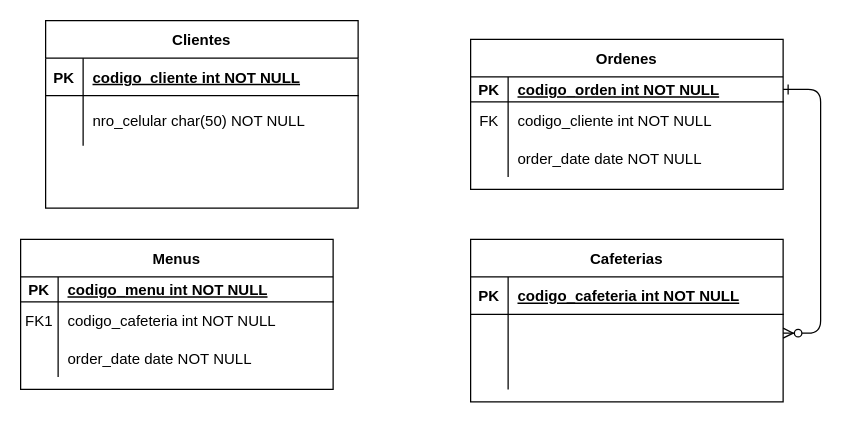
Jes-us/WAFoodOrders keeps this draw.io diagram as Untitled Diagram.drawio. Above is the earlier version. Source tidied: cells renumbered, new cells numbered last; positions are measured from the earlier drawing's top-left corner, leaving out a move shared by most shapes. Both pictures are drawn from the tidied source at 125%, with x=0, y=0 at pixel (20, 20).
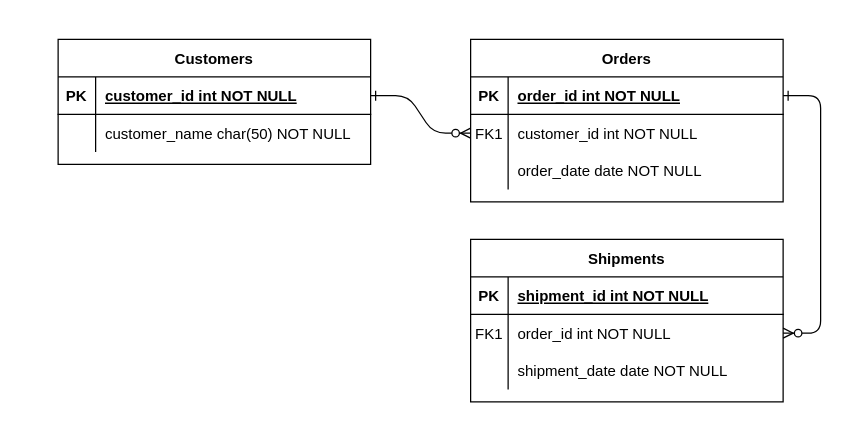
Above is the later version.

Commit message:
recreando diagrama

The change refers to these unchanged cells:
```xml
<mxCell id="14" style="shape=partialRectangle;fillColor=none;top=0;left=0;right=0;bottom=1;" parent="13" vertex="1">
  <mxGeometry y="30" width="250" height="30" as="geometry" />
</mxCell>
<mxCell id="17" style="shape=partialRectangle;fillColor=none;points=[[0,0.5],[1,0.5]];portConstraint=eastwest;top=0;left=0;right=0;bottom=0;" parent="13" vertex="1">
  <mxGeometry y="60" width="250" height="30" as="geometry" />
</mxCell>
<mxCell id="20" style="shape=partialRectangle;fillColor=none;top=0;left=0;right=0;bottom=0;" parent="13" vertex="1">
  <mxGeometry y="90" width="250" height="30" as="geometry" />
</mxCell>
<mxCell id="24" style="shape=partialRectangle;fillColor=none;points=[[0,0.5],[1,0.5]];portConstraint=eastwest;top=0;left=0;right=0;bottom=1;" parent="23" vertex="1">
  <mxGeometry y="30" width="250" height="30" as="geometry" />
</mxCell>
```

The edit, as a diff of the source:
```diff
@@
+    <mxCell id="40" style="edgeStyle=entityRelationEdgeStyle;endArrow=ERzeroToMany;startArrow=ERone;endFill=1;startFill=0;" parent="1" edge="1" source="24" target="7">
+      <mxGeometry relative="1" as="geometry" />
+    </mxCell>
@@
-    <mxCell id="3" value="Ordenes" style="shape=table;startSize=30;childLayout=tableLayout;rowLines=0;fontStyle=1;align=center;" parent="1" vertex="1">
-      <mxGeometry x="360" y="15" width="250" height="120" as="geometry" />
+    <mxCell id="3" value="Orders" style="shape=table;startSize=30;childLayout=tableLayout;rowLines=0;fontStyle=1;align=center;" parent="1" vertex="1">
+      <mxGeometry x="360" y="15" width="250" height="130" as="geometry" />
     </mxCell>
     <mxCell id="4" style="shape=partialRectangle;fillColor=none;points=[[0,0.5],[1,0.5]];portConstraint=eastwest;top=0;left=0;right=0;bottom=1;" parent="3" vertex="1">
-      <mxGeometry y="30" width="250" height="20" as="geometry" />
+      <mxGeometry y="30" width="250" height="30" as="geometry" />
     </mxCell>
     <mxCell id="5" value="PK" style="shape=partialRectangle;overflow=hidden;fillColor=none;top=0;left=0;bottom=0;right=0;fontStyle=1;" parent="4" vertex="1">
-      <mxGeometry width="30" height="20" as="geometry" />
+      <mxGeometry width="30" height="30" as="geometry" />
     </mxCell>
-    <mxCell id="6" value="codigo_orden int NOT NULL " style="shape=partialRectangle;overflow=hidden;fillColor=none;top=0;left=0;bottom=0;right=0;align=left;spacingLeft=6;fontStyle=5;" parent="4" vertex="1">
-      <mxGeometry x="30" width="220" height="20" as="geometry" />
+    <mxCell id="6" value="order_id int NOT NULL " style="shape=partialRectangle;overflow=hidden;fillColor=none;top=0;left=0;bottom=0;right=0;align=left;spacingLeft=6;fontStyle=5;" parent="4" vertex="1">
+      <mxGeometry x="30" width="220" height="30" as="geometry" />
     </mxCell>
     <mxCell id="7" style="shape=partialRectangle;fillColor=none;points=[[0,0.5],[1,0.5]];portConstraint=eastwest;top=0;left=0;right=0;bottom=0;" parent="3" vertex="1">
-      <mxGeometry y="50" width="250" height="30" as="geometry" />
+      <mxGeometry y="60" width="250" height="30" as="geometry" />
     </mxCell>
-    <mxCell id="8" value="FK" style="shape=partialRectangle;overflow=hidden;fillColor=none;top=0;left=0;bottom=0;right=0;" parent="7" vertex="1">
+    <mxCell id="8" value="FK1" style="shape=partialRectangle;overflow=hidden;fillColor=none;top=0;left=0;bottom=0;right=0;" parent="7" vertex="1">
       <mxGeometry width="30" height="30" as="geometry" />
     </mxCell>
-    <mxCell id="9" value="codigo_cliente int NOT NULL" style="shape=partialRectangle;overflow=hidden;fillColor=none;top=0;left=0;bottom=0;right=0;align=left;spacingLeft=6;" parent="7" vertex="1">
+    <mxCell id="9" value="customer_id int NOT NULL" style="shape=partialRectangle;overflow=hidden;fillColor=none;top=0;left=0;bottom=0;right=0;align=left;spacingLeft=6;" parent="7" vertex="1">
       <mxGeometry x="30" width="220" height="30" as="geometry" />
     </mxCell>
     <mxCell id="10" style="shape=partialRectangle;fillColor=none;top=0;left=0;right=0;bottom=0;" parent="3" vertex="1">
-      <mxGeometry y="80" width="250" height="30" as="geometry" />
+      <mxGeometry y="90" width="250" height="30" as="geometry" />
     </mxCell>
@@
-    <mxCell id="13" value="Cafeterias" style="shape=table;startSize=30;childLayout=tableLayout;rowLines=0;fontStyle=1;align=center;" parent="1" vertex="1">
+    <mxCell id="13" value="Shipments" style="shape=table;startSize=30;childLayout=tableLayout;rowLines=0;fontStyle=1;align=center;" parent="1" vertex="1">
       <mxGeometry x="360" y="175" width="250" height="130" as="geometry" />
     </mxCell>
@@
-    <mxCell id="16" value="codigo_cafeteria int NOT NULL " style="shape=partialRectangle;overflow=hidden;fillColor=none;top=0;left=0;bottom=0;right=0;align=left;spacingLeft=6;fontStyle=5;" parent="14" vertex="1">
+    <mxCell id="16" value="shipment_id int NOT NULL " style="shape=partialRectangle;overflow=hidden;fillColor=none;top=0;left=0;bottom=0;right=0;align=left;spacingLeft=6;fontStyle=5;" parent="14" vertex="1">
       <mxGeometry x="30" width="220" height="30" as="geometry" />
     </mxCell>
@@
-    <mxCell id="18" style="shape=partialRectangle;overflow=hidden;fillColor=none;top=0;left=0;bottom=0;right=0;" parent="17" vertex="1">
+    <mxCell id="18" value="FK1" style="shape=partialRectangle;overflow=hidden;fillColor=none;top=0;left=0;bottom=0;right=0;" parent="17" vertex="1">
       <mxGeometry width="30" height="30" as="geometry" />
     </mxCell>
-    <mxCell id="19" style="shape=partialRectangle;overflow=hidden;fillColor=none;top=0;left=0;bottom=0;right=0;align=left;spacingLeft=6;" parent="17" vertex="1">
+    <mxCell id="19" value="order_id int NOT NULL" style="shape=partialRectangle;overflow=hidden;fillColor=none;top=0;left=0;bottom=0;right=0;align=left;spacingLeft=6;" parent="17" vertex="1">
       <mxGeometry x="30" width="220" height="30" as="geometry" />
     </mxCell>
@@
-    <mxCell id="22" style="shape=partialRectangle;overflow=hidden;fillColor=none;top=0;left=0;bottom=0;right=0;align=left;spacingLeft=6;" parent="20" vertex="1">
+    <mxCell id="22" value="shipment_date date NOT NULL" style="shape=partialRectangle;overflow=hidden;fillColor=none;top=0;left=0;bottom=0;right=0;align=left;spacingLeft=6;" parent="20" vertex="1">
       <mxGeometry x="30" width="220" height="30" as="geometry" />
     </mxCell>
-    <mxCell id="23" value="Clientes" style="shape=table;startSize=30;childLayout=tableLayout;rowLines=0;fontStyle=1;align=center;" parent="1" vertex="1">
-      <mxGeometry x="20" width="250" height="150" as="geometry" />
+    <mxCell id="23" value="Customers" style="shape=table;startSize=30;childLayout=tableLayout;rowLines=0;fontStyle=1;align=center;" parent="1" vertex="1">
+      <mxGeometry x="30" y="15" width="250" height="100" as="geometry" />
     </mxCell>
@@
-    <mxCell id="26" value="codigo_cliente int NOT NULL " style="shape=partialRectangle;overflow=hidden;fillColor=none;top=0;left=0;bottom=0;right=0;align=left;spacingLeft=6;fontStyle=5;" parent="24" vertex="1">
+    <mxCell id="26" value="customer_id int NOT NULL " style="shape=partialRectangle;overflow=hidden;fillColor=none;top=0;left=0;bottom=0;right=0;align=left;spacingLeft=6;fontStyle=5;" parent="24" vertex="1">
       <mxGeometry x="30" width="220" height="30" as="geometry" />
     </mxCell>
     <mxCell id="27" style="shape=partialRectangle;fillColor=none;top=0;left=0;right=0;bottom=0;" parent="23" vertex="1">
-      <mxGeometry y="60" width="250" height="40" as="geometry" />
+      <mxGeometry y="60" width="250" height="30" as="geometry" />
     </mxCell>
     <mxCell id="28" style="shape=partialRectangle;overflow=hidden;fillColor=none;top=0;left=0;bottom=0;right=0;" parent="27" vertex="1">
-      <mxGeometry width="30" height="40" as="geometry" />
+      <mxGeometry width="30" height="30" as="geometry" />
     </mxCell>
-    <mxCell id="29" value="nro_celular char(50) NOT NULL" style="shape=partialRectangle;overflow=hidden;fillColor=none;top=0;left=0;bottom=0;right=0;align=left;spacingLeft=6;" parent="27" vertex="1">
-      <mxGeometry x="30" width="220" height="40" as="geometry" />
+    <mxCell id="29" value="customer_name char(50) NOT NULL" style="shape=partialRectangle;overflow=hidden;fillColor=none;top=0;left=0;bottom=0;right=0;align=left;spacingLeft=6;" parent="27" vertex="1">
+      <mxGeometry x="30" width="220" height="30" as="geometry" />
     </mxCell>
-    <mxCell id="30" value="Menus" style="shape=table;startSize=30;childLayout=tableLayout;rowLines=0;fontStyle=1;align=center;" parent="1" vertex="1">
-      <mxGeometry y="175" width="250" height="120" as="geometry" />
-    </mxCell>
-    <mxCell id="31" style="shape=partialRectangle;fillColor=none;top=0;left=0;right=0;bottom=1;" parent="30" vertex="1">
-      <mxGeometry y="30" width="250" height="20" as="geometry" />
-    </mxCell>
-    <mxCell id="32" value="PK" style="shape=partialRectangle;overflow=hidden;fillColor=none;top=0;left=0;bottom=0;right=0;fontStyle=1;" parent="31" vertex="1">
-      <mxGeometry width="30" height="20" as="geometry" />
-    </mxCell>
-    <mxCell id="33" value="codigo_menu int NOT NULL" style="shape=partialRectangle;overflow=hidden;fillColor=none;top=0;left=0;bottom=0;right=0;align=left;spacingLeft=6;fontStyle=5;" parent="31" vertex="1">
-      <mxGeometry x="30" width="220" height="20" as="geometry" />
-    </mxCell>
-    <mxCell id="34" style="shape=partialRectangle;fillColor=none;top=0;left=0;right=0;bottom=0;" parent="30" vertex="1">
-      <mxGeometry y="50" width="250" height="30" as="geometry" />
-    </mxCell>
-    <mxCell id="35" value="FK1" style="shape=partialRectangle;overflow=hidden;fillColor=none;top=0;left=0;bottom=0;right=0;" parent="34" vertex="1">
-      <mxGeometry width="30" height="30" as="geometry" />
-    </mxCell>
-    <mxCell id="36" value="codigo_cafeteria int NOT NULL" style="shape=partialRectangle;overflow=hidden;fillColor=none;top=0;left=0;bottom=0;right=0;align=left;spacingLeft=6;" parent="34" vertex="1">
-      <mxGeometry x="30" width="220" height="30" as="geometry" />
-    </mxCell>
-    <mxCell id="37" style="shape=partialRectangle;fillColor=none;top=0;left=0;right=0;bottom=0;" parent="30" vertex="1">
-      <mxGeometry y="80" width="250" height="30" as="geometry" />
-    </mxCell>
-    <mxCell id="38" style="shape=partialRectangle;overflow=hidden;fillColor=none;top=0;left=0;bottom=0;right=0;" parent="37" vertex="1">
-      <mxGeometry width="30" height="30" as="geometry" />
-    </mxCell>
-    <mxCell id="39" value="order_date date NOT NULL" style="shape=partialRectangle;overflow=hidden;fillColor=none;top=0;left=0;bottom=0;right=0;align=left;spacingLeft=6;" parent="37" vertex="1">
-      <mxGeometry x="30" width="220" height="30" as="geometry" />
-    </mxCell>
```
